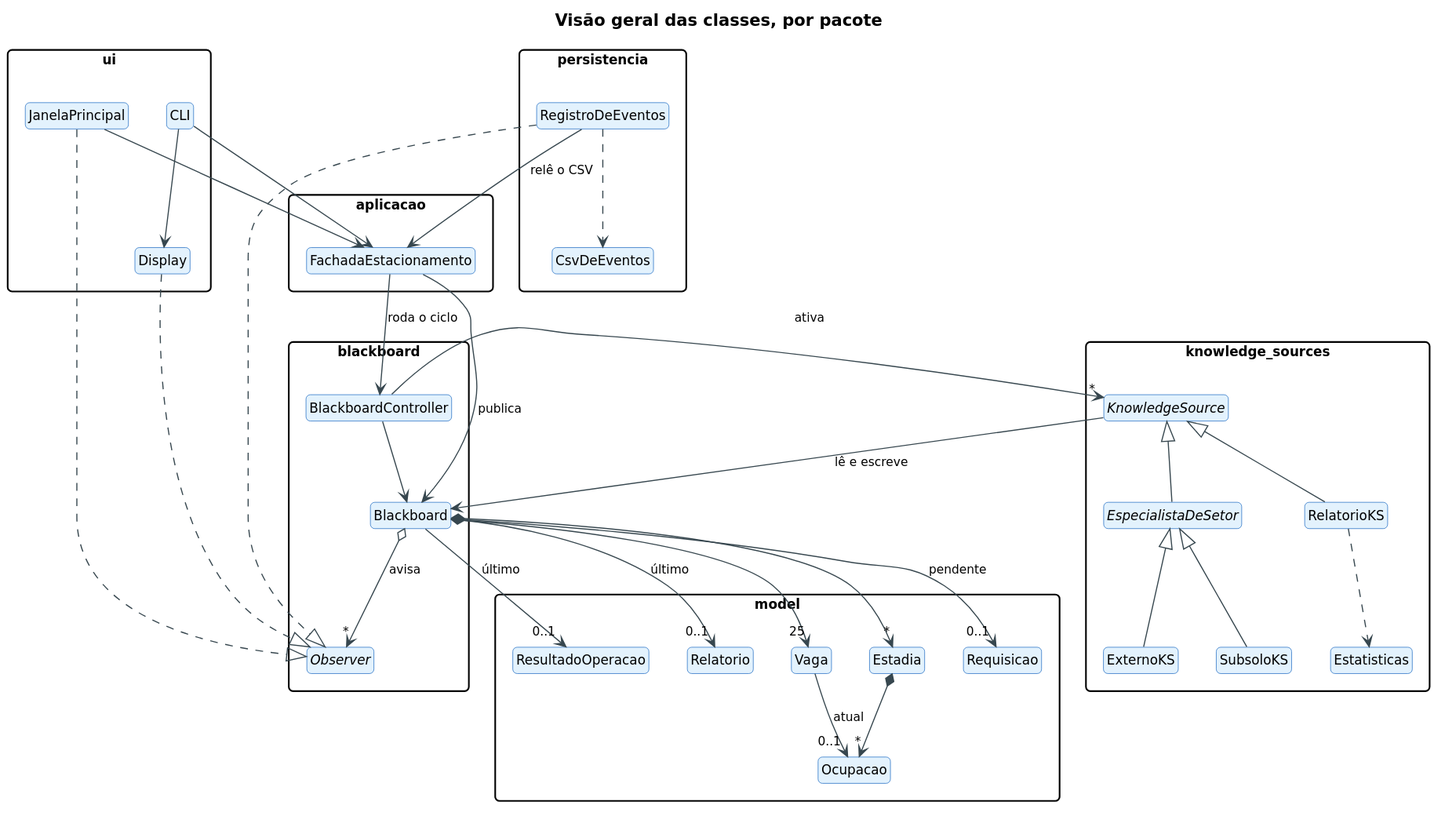
Before: faculdade/arquitetura-e-padroes-de-software/atividades_para_entregar/trabalho_final/descricao-arquitetural/diagramas/classes-visao-geral.svg, a diagram exported from PlantUML (MatheusKubrusly/caderno-de-estudos). The source it was exported from:
```plantuml
@startuml
!include estilo.iuml
title Visão geral das classes, por pacote
hide members
hide circle

package ui {
  class JanelaPrincipal
  class CLI
  class Display
}
package aplicacao {
  class FachadaEstacionamento
}
package blackboard {
  class Blackboard
  class BlackboardController
  interface Observer
}
package knowledge_sources {
  abstract class KnowledgeSource
  abstract class EspecialistaDeSetor
  class ExternoKS
  class SubsoloKS
  class RelatorioKS
  class Estatisticas
}
package persistencia {
  class RegistroDeEventos
  class CsvDeEventos
}
package model {
  class Vaga
  class Estadia
  class Ocupacao
  class Requisicao
  class ResultadoOperacao
  class Relatorio
}

JanelaPrincipal ..|> Observer
Display ..|> Observer
RegistroDeEventos ..|> Observer
Blackboard o--> "*" Observer : avisa

JanelaPrincipal --> FachadaEstacionamento
CLI --> FachadaEstacionamento
CLI --> Display
RegistroDeEventos --> FachadaEstacionamento : relê o CSV
RegistroDeEventos ..> CsvDeEventos

FachadaEstacionamento --> Blackboard : publica
FachadaEstacionamento --> BlackboardController : roda o ciclo
BlackboardController --> "*" KnowledgeSource : ativa
BlackboardController --> Blackboard

KnowledgeSource <|-- EspecialistaDeSetor
KnowledgeSource <|-- RelatorioKS
EspecialistaDeSetor <|-- ExternoKS
EspecialistaDeSetor <|-- SubsoloKS
RelatorioKS ..> Estatisticas
KnowledgeSource --> Blackboard : lê e escreve

Blackboard *--> "25" Vaga
Blackboard *--> "*" Estadia
Estadia *--> "*" Ocupacao
Vaga --> "0..1" Ocupacao : atual
Blackboard --> "0..1" Requisicao : pendente
Blackboard --> "0..1" ResultadoOperacao : último
Blackboard --> "0..1" Relatorio : último
@enduml
```
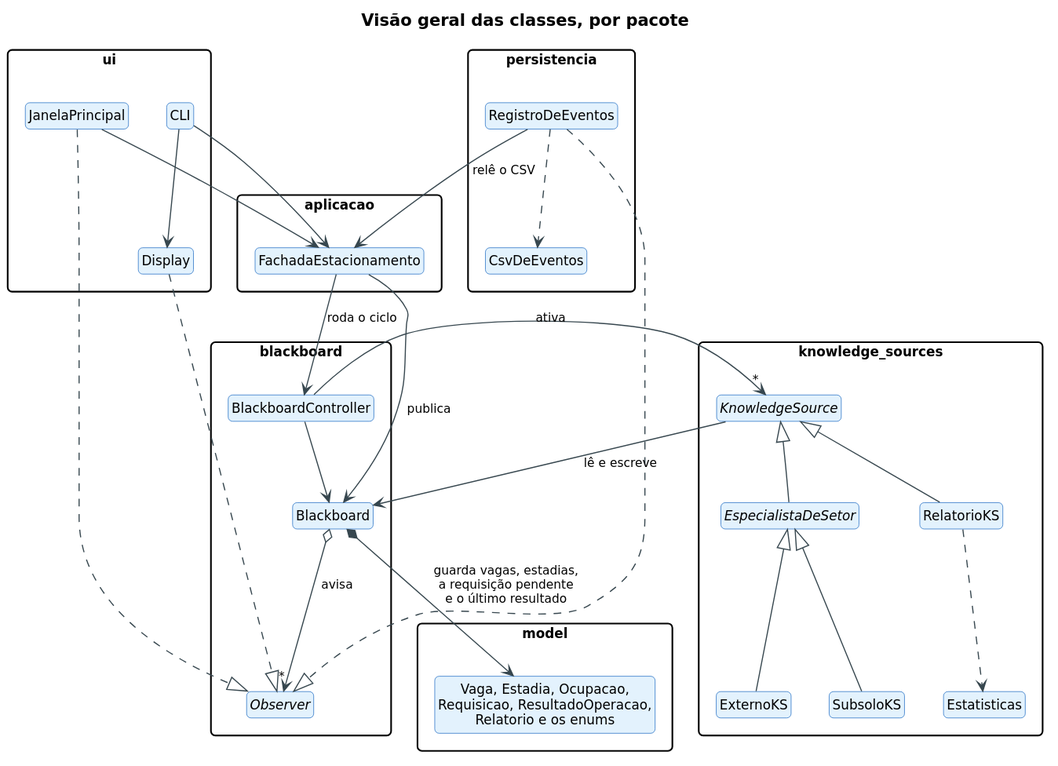
After the commit.

The edit, as a diff of the source:
```diff
@@ -30,12 +30,7 @@
   class CsvDeEventos
 }
 package model {
-  class Vaga
-  class Estadia
-  class Ocupacao
-  class Requisicao
-  class ResultadoOperacao
-  class Relatorio
+  class "Vaga, Estadia, Ocupacao,\nRequisicao, ResultadoOperacao,\nRelatorio e os enums" as Modelo
 }
 
 JanelaPrincipal ..|> Observer
@@ -61,11 +56,5 @@
 RelatorioKS ..> Estatisticas
 KnowledgeSource --> Blackboard : lê e escreve
 
-Blackboard *--> "25" Vaga
-Blackboard *--> "*" Estadia
-Estadia *--> "*" Ocupacao
-Vaga --> "0..1" Ocupacao : atual
-Blackboard --> "0..1" Requisicao : pendente
-Blackboard --> "0..1" ResultadoOperacao : último
-Blackboard --> "0..1" Relatorio : último
+Blackboard *--> Modelo : guarda vagas, estadias,\na requisição pendente\ne o último resultado
 @enduml
```
